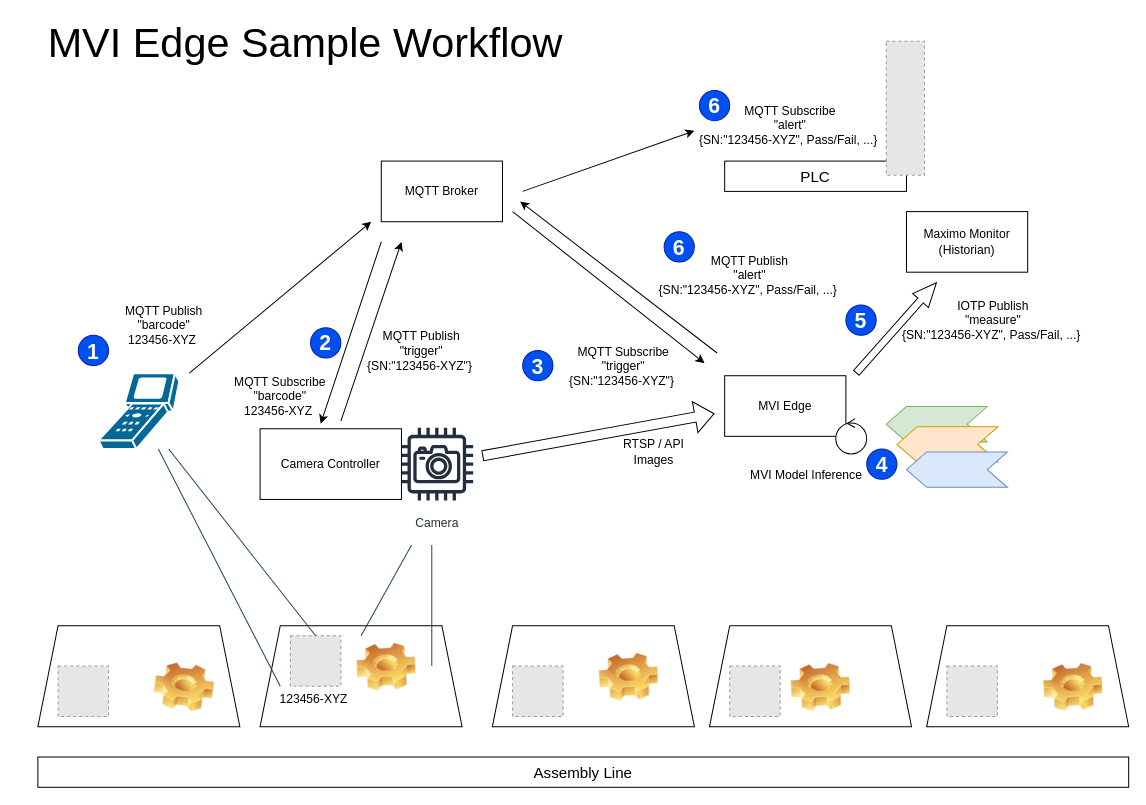
The draw.io diagram docs/solution.drawio.xml in ericlowry/mvi-edge-camera-controller, before the edit. Source tidied: cells renumbered, new cells numbered last; positions are measured from the earlier drawing's top-left corner, leaving out a move shared by most shapes. Both pictures are drawn from the tidied source at 101%, with x=0, y=0 at pixel (17, 19). Pictures stored in the file or linked from it are replaced by grey dashed boxes.
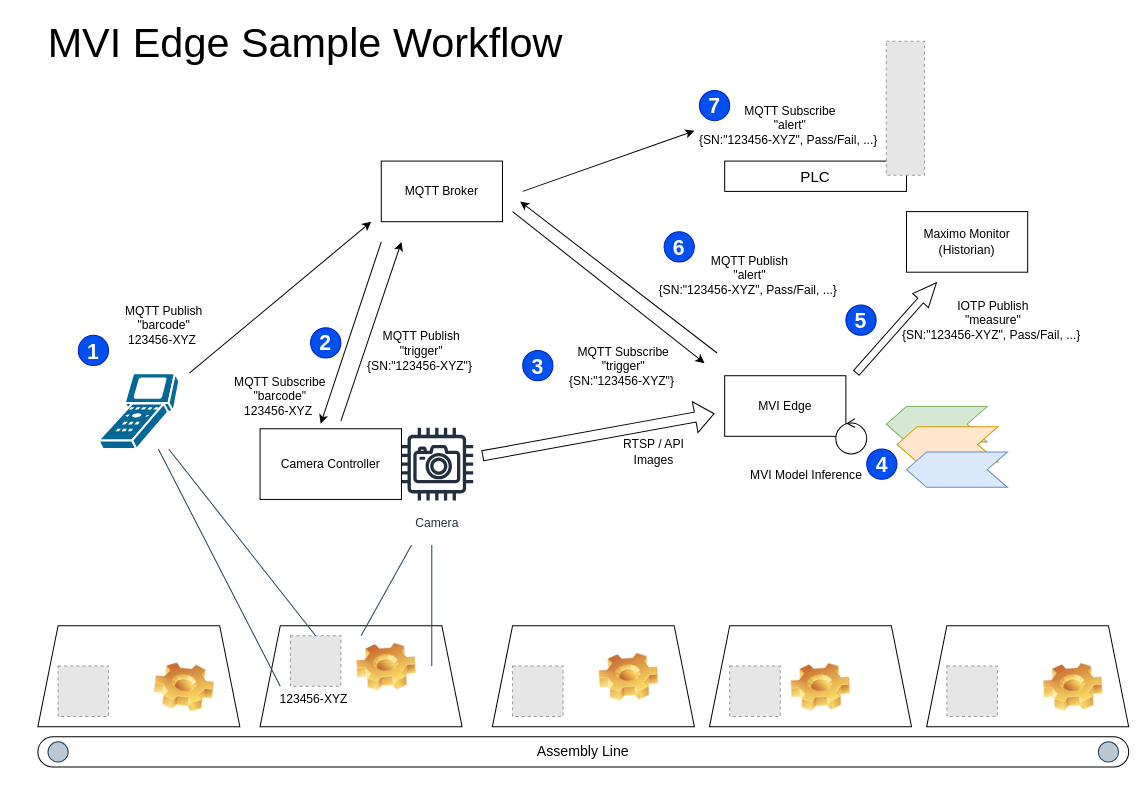
After the change.

Diff of the diagram source:
```diff
@@
-    <mxCell id="53" value="Assembly Line" style="rounded=0;whiteSpace=wrap;html=1;fontSize=15;" parent="1" vertex="1">
-      <mxGeometry x="20" y="730" width="1080" height="30" as="geometry" />
-    </mxCell>
@@
-    <mxCell id="59" value="6" style="ellipse;whiteSpace=wrap;html=1;fillColor=#0050ef;fontColor=#ffffff;strokeColor=#001DBC;fontSize=21;fontStyle=1;" parent="1" vertex="1">
+    <mxCell id="59" value="7" style="ellipse;whiteSpace=wrap;html=1;fillColor=#0050ef;fontColor=#ffffff;strokeColor=#001DBC;fontSize=21;fontStyle=1;" parent="1" vertex="1">
       <mxGeometry x="675" y="70" width="30" height="30" as="geometry" />
     </mxCell>
@@
+    <mxCell id="53" value="Assembly Line" style="rounded=1;whiteSpace=wrap;html=1;fontSize=14;arcSize=50;" parent="1" vertex="1">
+      <mxGeometry x="20" y="710" width="1080" height="30" as="geometry" />
+    </mxCell>
+    <mxCell id="61" style="ellipse;whiteSpace=wrap;html=1;fontSize=14;fillColor=#bac8d3;strokeColor=#23445d;" parent="1" vertex="1">
+      <mxGeometry x="30" y="715" width="20" height="20" as="geometry" />
+    </mxCell>
+    <mxCell id="62" style="ellipse;whiteSpace=wrap;html=1;fontSize=14;fillColor=#bac8d3;strokeColor=#23445d;" parent="1" vertex="1">
+      <mxGeometry x="1070" y="715" width="20" height="20" as="geometry" />
+    </mxCell>
```
